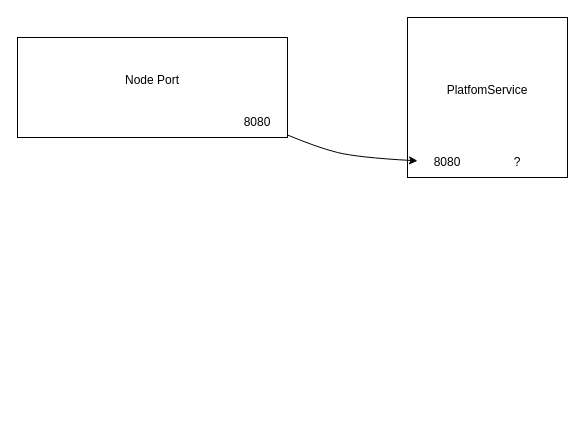
AdrianTrGH/Microservices keeps this draw.io diagram as ArchitectureDesign.drawio. Above is the earlier version. Source tidied: cells renumbered, new cells numbered last; positions are measured from the earlier drawing's top-left corner, leaving out a move shared by most shapes. Both pictures are drawn from the tidied source at 100%, with x=0, y=0 at pixel (17, 17).
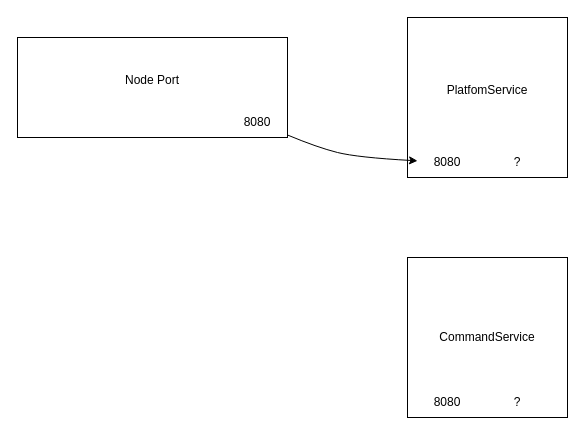
The same diagram, later.

Diff of the diagram source:
```diff
@@
 <mxGraphModel>
   <root>
     <mxCell id="0" />
     <mxCell id="1" parent="0" />
     <mxCell id="2" value="&lt;div&gt;PlatfomService&lt;/div&gt;&lt;div&gt;&lt;br&gt;&lt;/div&gt;" style="whiteSpace=wrap;html=1;" parent="1" vertex="1">
       <mxGeometry x="390" width="160" height="160" as="geometry" />
     </mxCell>
     <mxCell id="3" value="8080" style="text;html=1;align=center;verticalAlign=middle;whiteSpace=wrap;rounded=0;" parent="1" vertex="1">
       <mxGeometry x="400" y="130" width="60" height="30" as="geometry" />
     </mxCell>
     <mxCell id="4" value="?" style="text;html=1;align=center;verticalAlign=middle;whiteSpace=wrap;rounded=0;" parent="1" vertex="1">
       <mxGeometry x="470" y="130" width="60" height="30" as="geometry" />
     </mxCell>
     <mxCell id="5" value="&lt;div&gt;Node Port&lt;/div&gt;&lt;div&gt;&lt;br&gt;&lt;/div&gt;" style="rounded=0;whiteSpace=wrap;html=1;" parent="1" vertex="1">
       <mxGeometry y="20" width="270" height="100" as="geometry" />
     </mxCell>
     <mxCell id="6" value="8080" style="text;html=1;align=center;verticalAlign=middle;whiteSpace=wrap;rounded=0;" parent="1" vertex="1">
       <mxGeometry x="210" y="90" width="60" height="30" as="geometry" />
     </mxCell>
     <mxCell id="7" style="curved=1;endArrow=classic;html=1;rounded=0;" parent="1" edge="1" source="6" target="3">
       <mxGeometry relative="1" as="geometry">
         <Array as="points">
           <mxPoint x="300" y="130" />
           <mxPoint x="340" y="140" />
         </Array>
       </mxGeometry>
     </mxCell>
+    <mxCell id="8" value="CommandService" style="whiteSpace=wrap;html=1;" parent="1" vertex="1">
+      <mxGeometry x="390" y="240" width="160" height="160" as="geometry" />
+    </mxCell>
+    <mxCell id="9" value="8080" style="text;html=1;align=center;verticalAlign=middle;whiteSpace=wrap;rounded=0;" parent="1" vertex="1">
+      <mxGeometry x="400" y="370" width="60" height="30" as="geometry" />
+    </mxCell>
+    <mxCell id="10" value="?" style="text;html=1;align=center;verticalAlign=middle;whiteSpace=wrap;rounded=0;" parent="1" vertex="1">
+      <mxGeometry x="470" y="370" width="60" height="30" as="geometry" />
+    </mxCell>
   </root>
 </mxGraphModel>
```
